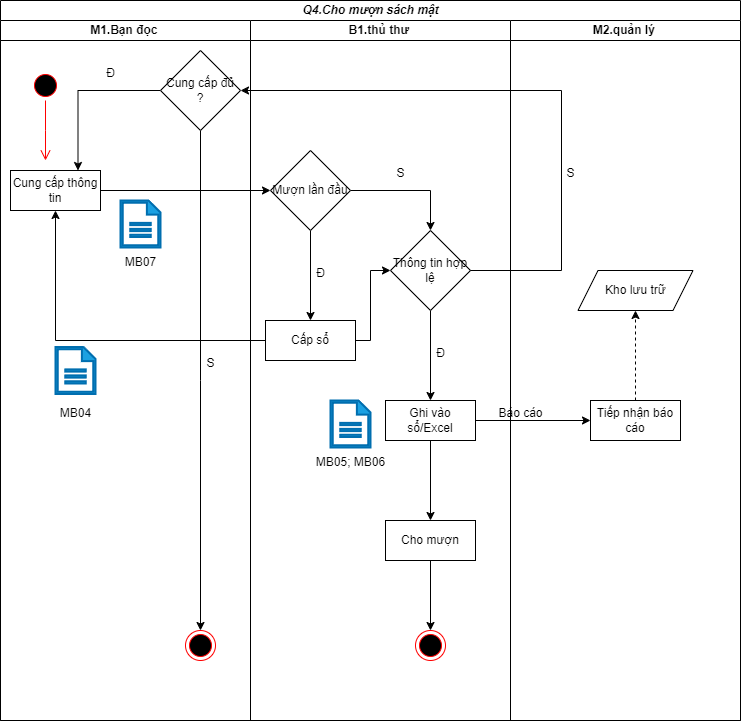
vqh17062001/PTTKHT keeps this draw.io diagram as bài tap lớn/Biểu đồ hoạt động-Cho mượn sách mật.drawio.png. Above is the earlier version. Source tidied: cells renumbered, new cells last; positions are measured from the earlier drawing's top-left corner, leaving out a move shared by most shapes.
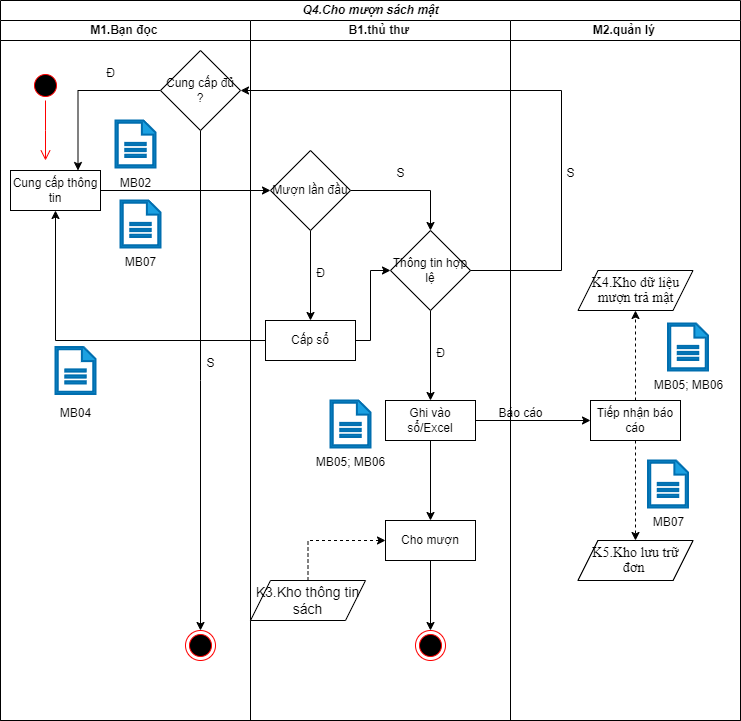
Later version of the same file.

Diff of the diagram source:
```diff
@@ -45,6 +45,12 @@
     <mxCell id="14" style="ellipse;html=1;shape=endState;fillColor=#000000;strokeColor=#ff0000;" parent="3" vertex="1">
       <mxGeometry x="185" y="610" width="30" height="30" as="geometry" />
     </mxCell>
+    <mxCell id="45" style="sketch=0;shadow=0;html=1;strokeColor=#006EAF;fillColor=#1ba1e2;labelPosition=center;verticalLabelPosition=bottom;verticalAlign=top;align=center;shape=mxgraph.office.concepts.document;fontColor=#ffffff;strokeWidth=2;" parent="3" vertex="1">
+      <mxGeometry x="115" y="100" width="40" height="47" as="geometry" />
+    </mxCell>
+    <mxCell id="46" value="MB02" style="text;html=1;align=center;verticalAlign=middle;strokeColor=none;fillColor=none;" parent="3" vertex="1">
+      <mxGeometry x="110" y="148" width="50" height="30" as="geometry" />
+    </mxCell>
     <mxCell id="15" value="&lt;b&gt;B1.thủ thư&amp;nbsp;&lt;/b&gt;" style="swimlane;startSize=20;html=1;" parent="2" vertex="1">
       <mxGeometry x="250" y="20" width="260" height="700" as="geometry" />
     </mxCell>
@@ -95,6 +101,12 @@
     <mxCell id="29" value="MB05; MB06" style="text;html=1;align=center;verticalAlign=middle;strokeColor=none;fillColor=none;" parent="15" vertex="1">
       <mxGeometry x="55" y="427" width="90" height="30" as="geometry" />
     </mxCell>
+    <mxCell id="47" style="edgeStyle=orthogonalEdgeStyle;rounded=0;jettySize=auto;html=1;dashed=1;exitX=0.5;exitY=0;exitDx=0;exitDy=0;entryX=0;entryY=0.5;entryDx=0;entryDy=0;" parent="15" edge="1" source="48" target="24">
+      <mxGeometry relative="1" as="geometry" />
+    </mxCell>
+    <mxCell id="48" value="&lt;span style=&quot;text-align: left; font-size: 14px;&quot;&gt;K3.Kho thông tin sách&lt;/span&gt;" style="shape=parallelogram;perimeter=parallelogramPerimeter;whiteSpace=wrap;html=1;fixedSize=1;" parent="15" vertex="1">
+      <mxGeometry y="560" width="115" height="40" as="geometry" />
+    </mxCell>
     <mxCell id="30" value="&lt;b&gt;M2.quản lý&amp;nbsp;&lt;/b&gt;" style="swimlane;startSize=20;html=1;" parent="2" vertex="1">
       <mxGeometry x="510" y="20" width="230" height="700" as="geometry" />
     </mxCell>
@@ -104,9 +116,32 @@
     <mxCell id="32" value="Tiếp nhận báo cáo" style="rounded=0;whiteSpace=wrap;html=1;" parent="30" vertex="1">
       <mxGeometry x="80" y="380" width="90" height="40" as="geometry" />
     </mxCell>
-    <mxCell id="33" value="Kho lưu trữ" style="shape=parallelogram;perimeter=parallelogramPerimeter;whiteSpace=wrap;html=1;fixedSize=1;" parent="30" vertex="1">
+    <mxCell id="33" value="&lt;span style=&quot;line-height: 107%; font-family: &amp;quot;Times New Roman&amp;quot;, serif;&quot; lang=&quot;VI&quot;&gt;&lt;font style=&quot;font-size: 14px;&quot;&gt;K4.Kho dữ liệu mượn trả mật&lt;/font&gt;&lt;/span&gt;" style="shape=parallelogram;perimeter=parallelogramPerimeter;whiteSpace=wrap;html=1;fixedSize=1;" parent="30" vertex="1">
       <mxGeometry x="67.5" y="250" width="115" height="40" as="geometry" />
     </mxCell>
+    <mxCell id="49" style="edgeStyle=orthogonalEdgeStyle;rounded=0;jettySize=auto;html=1;dashed=1;exitX=0.5;exitY=1;exitDx=0;exitDy=0;" parent="30" edge="1" source="32">
+      <mxGeometry relative="1" as="geometry">
+        <mxPoint x="125" y="520" as="targetPoint" />
+      </mxGeometry>
+    </mxCell>
+    <mxCell id="50" value="&lt;span style=&quot;line-height: 107%; font-family: &amp;quot;Times New Roman&amp;quot;, serif;&quot; lang=&quot;VI&quot;&gt;&lt;font style=&quot;font-size: 14px;&quot;&gt;K5.Kho lưu trữ đơn&amp;nbsp;&lt;/font&gt;&lt;/span&gt;" style="shape=parallelogram;perimeter=parallelogramPerimeter;whiteSpace=wrap;html=1;fixedSize=1;" parent="30" vertex="1">
+      <mxGeometry x="67.5" y="520" width="115" height="40" as="geometry" />
+    </mxCell>
+    <mxCell id="51" style="sketch=0;shadow=0;html=1;strokeColor=#006EAF;fillColor=#1ba1e2;labelPosition=center;verticalLabelPosition=bottom;verticalAlign=top;align=center;shape=mxgraph.office.concepts.document;fontColor=#ffffff;strokeWidth=2;" parent="30" vertex="1">
+      <mxGeometry x="137.5" y="440" width="40" height="47" as="geometry" />
+    </mxCell>
+    <mxCell id="52" value="MB07" style="text;html=1;align=center;verticalAlign=middle;strokeColor=none;fillColor=none;" parent="30" vertex="1">
+      <mxGeometry x="132.5" y="487" width="50" height="30" as="geometry" />
+    </mxCell>
+    <mxCell id="53" style="sketch=0;shadow=0;html=1;strokeColor=#006EAF;fillColor=#1ba1e2;labelPosition=center;verticalLabelPosition=bottom;verticalAlign=top;align=center;shape=mxgraph.office.concepts.document;fontColor=#ffffff;strokeWidth=2;" parent="30" vertex="1">
+      <mxGeometry x="157.5" y="303" width="40" height="47" as="geometry" />
+    </mxCell>
+    <mxCell id="54" value="MB05; MB06" style="text;html=1;align=center;verticalAlign=middle;strokeColor=none;fillColor=none;" parent="30" vertex="1">
+      <mxGeometry x="132.5" y="350" width="90" height="30" as="geometry" />
+    </mxCell>
+    <mxCell id="55" value="&lt;span style=&quot;line-height: 107%; font-family: &amp;quot;Times New Roman&amp;quot;, serif;&quot; lang=&quot;VI&quot;&gt;&lt;font style=&quot;font-size: 14px;&quot;&gt;K5.Kho lưu trữ đơn&amp;nbsp;&lt;/font&gt;&lt;/span&gt;" style="shape=parallelogram;perimeter=parallelogramPerimeter;whiteSpace=wrap;html=1;fixedSize=1;" parent="30" vertex="1">
+      <mxGeometry x="67.5" y="520" width="115" height="40" as="geometry" />
+    </mxCell>
     <mxCell id="34" style="edgeStyle=orthogonalEdgeStyle;rounded=0;jettySize=auto;html=1;entryX=0.5;entryY=1;entryDx=0;entryDy=0;" parent="2" edge="1" source="20" target="6">
       <mxGeometry relative="1" as="geometry" />
     </mxCell>
```
